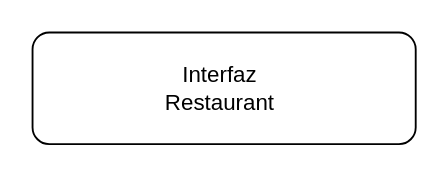
This is Untitled Diagram.drawio from KevinCordoba/Proyecto_POO_1, a draw.io file, before an edit. Source tidied: cells renumbered, new cells numbered last; positions are measured from the earlier drawing's top-left corner, leaving out a move shared by most shapes. Both pictures are drawn from the tidied source at 186%, with x=0, y=0 at pixel (32, 32).
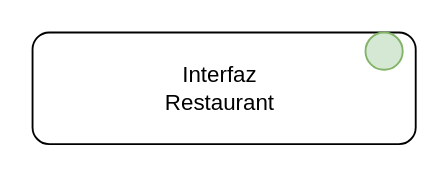
The same page after the edit.

Change to the diagram source:
```diff
@@
 <mxGraphModel>
   <root>
     <mxCell id="0" />
     <mxCell id="1" parent="0" />
     <mxCell id="2" style="rounded=1;whiteSpace=wrap;html=1;" parent="1" vertex="1">
       <mxGeometry width="206" height="60" as="geometry" />
     </mxCell>
     <mxCell id="3" value="Interfaz Restaurant" style="text;html=1;strokeColor=none;fillColor=none;align=center;verticalAlign=middle;whiteSpace=wrap;rounded=0;" parent="1" vertex="1">
       <mxGeometry x="49" width="104" height="60" as="geometry" />
     </mxCell>
+    <mxCell id="4" style="ellipse;whiteSpace=wrap;html=1;fillColor=#d5e8d4;strokeColor=#82b366;" parent="1" vertex="1">
+      <mxGeometry x="179" width="20" height="20" as="geometry" />
+    </mxCell>
   </root>
 </mxGraphModel>
```
